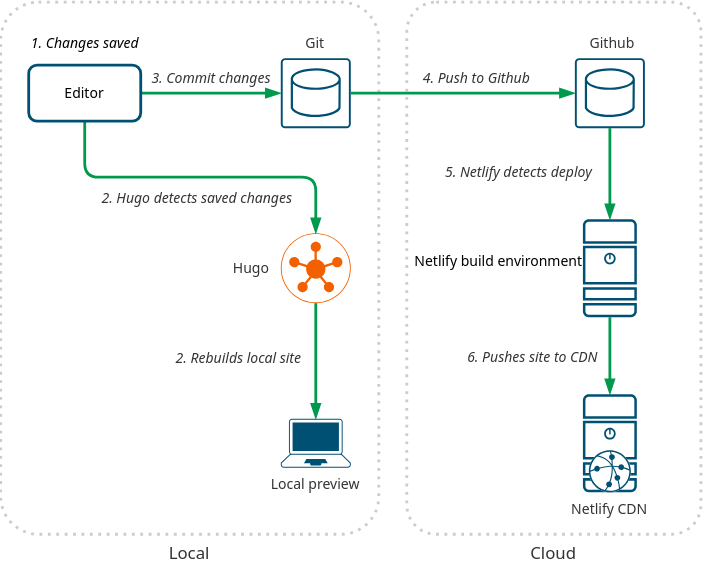
Before: static/images/blog/website-arch-diagram.svg, a diagram exported from draw.io (rodrikw/allthingsdocs-airspace). Source tidied: cells renumbered, new cells last; positions are measured from the earlier drawing's top-left corner, leaving out a move shared by most shapes. The source it was exported from:
```xml
<mxGraphModel>
  <root>
    <mxCell id="0" />
    <mxCell id="1" parent="0" />
    <mxCell id="2" value="Cloud" style="rounded=1;whiteSpace=wrap;html=1;fontFamily=segoe ui;fontSize=12;strokeColor=#CCCCCC;strokeWidth=2;fillColor=none;fontColor=#333333;arcSize=10;dashed=1;dashPattern=1 2;labelPosition=center;verticalLabelPosition=bottom;align=center;verticalAlign=top;" parent="1" vertex="1">
      <mxGeometry x="290" width="210" height="380" as="geometry" />
    </mxCell>
    <mxCell id="3" value="Local" style="rounded=1;whiteSpace=wrap;html=1;fontFamily=segoe ui;fontSize=12;strokeColor=#CCCCCC;strokeWidth=2;fillColor=none;fontColor=#333333;arcSize=10;dashed=1;dashPattern=1 2;labelPosition=center;verticalLabelPosition=bottom;align=center;verticalAlign=top;" parent="1" vertex="1">
      <mxGeometry width="270" height="380" as="geometry" />
    </mxCell>
    <mxCell id="4" value="Local preview" style="points=[[0.13,0.02,0],[0.5,0,0],[0.87,0.02,0],[0.885,0.4,0],[0.985,0.985,0],[0.5,1,0],[0.015,0.985,0],[0.115,0.4,0]];verticalLabelPosition=bottom;sketch=0;verticalAlign=top;align=center;shape=mxgraph.cisco19.laptop;fillColor=#005073;strokeColor=none;fontFamily=segoe ui;fontSize=10;fontColor=#333333;" parent="1" vertex="1">
      <mxGeometry x="200" y="297.5" width="50" height="35" as="geometry" />
    </mxCell>
    <mxCell id="5" value="Hugo" style="sketch=0;points=[[0.5,0,0],[1,0.5,0],[0.5,1,0],[0,0.5,0],[0.145,0.145,0],[0.8555,0.145,0],[0.855,0.8555,0],[0.145,0.855,0]];verticalLabelPosition=middle;verticalAlign=middle;align=right;shape=mxgraph.cisco19.rect;prIcon=vsmart;fillColor=#FFFFFF;strokeColor=#F26000;fontFamily=segoe ui;fontSize=10;fontColor=#333333;labelPosition=left;spacingRight=6;" parent="1" vertex="1">
      <mxGeometry x="200" y="165" width="50" height="50" as="geometry" />
    </mxCell>
    <mxCell id="6" style="group;fontFamily=segoe ui;fontSize=10;labelPosition=left;verticalLabelPosition=top;align=right;verticalAlign=bottom;spacingRight=5;" parent="1" vertex="1">
      <mxGeometry x="415.8" y="155" width="38.5" height="70" as="geometry" />
    </mxCell>
    <mxCell id="7" style="sketch=0;points=[[0.015,0.015,0],[0.985,0.015,0],[0.985,0.985,0],[0.015,0.985,0],[0.25,0,0],[0.5,0,0],[0.75,0,0],[1,0.25,0],[1,0.5,0],[1,0.75,0],[0.75,1,0],[0.5,1,0],[0.25,1,0],[0,0.75,0],[0,0.5,0],[0,0.25,0]];verticalLabelPosition=bottom;verticalAlign=top;align=center;shape=mxgraph.cisco19.server;fillColor=#005073;strokeColor=none;fontFamily=segoe ui;fontSize=10;fontColor=#333333;" parent="6" vertex="1">
      <mxGeometry width="38.5" height="70" as="geometry" />
    </mxCell>
    <mxCell id="8" value="Git" style="sketch=0;points=[[0.015,0.015,0],[0.985,0.015,0],[0.985,0.985,0],[0.015,0.985,0],[0.25,0,0],[0.5,0,0],[0.75,0,0],[1,0.25,0],[1,0.5,0],[1,0.75,0],[0.75,1,0],[0.5,1,0],[0.25,1,0],[0,0.75,0],[0,0.5,0],[0,0.25,0]];verticalLabelPosition=top;verticalAlign=bottom;align=left;shape=mxgraph.cisco19.rect;prIcon=database_relational;fillColor=#FFFFFF;strokeColor=#005073;fontFamily=segoe ui;fontSize=10;fontColor=#333333;labelPosition=right;spacing=4;spacingLeft=-36;" parent="1" vertex="1">
      <mxGeometry x="200" y="40" width="50" height="50" as="geometry" />
    </mxCell>
    <mxCell id="9" style="edgeStyle=orthogonalEdgeStyle;rounded=1;jettySize=auto;fontFamily=segoe ui;fontSize=10;fontColor=#333333;strokeColor=#00994D;strokeWidth=2;endFill=1;endArrow=blockThin;startArrow=none;startFill=0;exitX=0.5;exitY=1;exitDx=0;exitDy=0;entryX=0.5;entryY=0;entryDx=0;entryDy=0;entryPerimeter=0;" parent="1" edge="1" source="16" target="5">
      <mxGeometry x="40" y="-840" as="geometry" />
    </mxCell>
    <mxCell id="10" value="2. Hugo detects saved changes" style="edgeLabel;align=left;verticalAlign=middle;fontSize=10;fontFamily=segoe ui;fontColor=#333333;labelPosition=right;verticalLabelPosition=middle;fontStyle=2;labelBackgroundColor=none;" parent="9" vertex="1">
      <mxGeometry x="-0.27" y="2" relative="1" as="geometry">
        <mxPoint x="-39" y="17" as="offset" />
      </mxGeometry>
    </mxCell>
    <mxCell id="11" style="edgeStyle=orthogonalEdgeStyle;jettySize=auto;fontFamily=segoe ui;fontSize=10;fontColor=#333333;exitX=1;exitY=0.5;exitDx=0;exitDy=0;strokeColor=#00994D;strokeWidth=2;endArrow=blockThin;endFill=1;rounded=1;entryX=0;entryY=0.5;entryDx=0;entryDy=0;entryPerimeter=0;startArrow=none;" parent="1" edge="1" source="16" target="8">
      <mxGeometry x="54" y="-830" as="geometry" />
    </mxCell>
    <mxCell id="12" value="3. Commit changes" style="edgeLabel;align=center;verticalAlign=top;fontSize=10;fontFamily=segoe ui;fontColor=#333333;labelPosition=center;verticalLabelPosition=bottom;spacing=2;spacingTop=2;fontStyle=2;labelBackgroundColor=none;" parent="11" vertex="1">
      <mxGeometry x="0.15" y="2" relative="1" as="geometry">
        <mxPoint x="-7" y="-23" as="offset" />
      </mxGeometry>
    </mxCell>
    <mxCell id="13" style="edgeStyle=orthogonalEdgeStyle;jettySize=auto;fontFamily=segoe ui;fontSize=10;fontColor=#333333;exitX=1;exitY=0.5;exitDx=0;exitDy=0;exitPerimeter=0;strokeColor=#00994D;strokeWidth=2;endArrow=blockThin;endFill=1;rounded=1;entryX=0;entryY=0.5;entryDx=0;entryDy=0;entryPerimeter=0;" parent="1" edge="1" source="8" target="15">
      <mxGeometry x="469.8" y="-675" as="geometry" />
    </mxCell>
    <mxCell id="14" value="4. Push to Github" style="edgeLabel;align=center;verticalAlign=top;fontSize=10;fontFamily=segoe ui;fontColor=#333333;labelPosition=center;verticalLabelPosition=bottom;spacing=2;spacingTop=2;fontStyle=2;" parent="13" vertex="1">
      <mxGeometry x="0.15" y="2" relative="1" as="geometry">
        <mxPoint x="-2" y="-23" as="offset" />
      </mxGeometry>
    </mxCell>
    <mxCell id="15" value="Github" style="sketch=0;points=[[0.015,0.015,0],[0.985,0.015,0],[0.985,0.985,0],[0.015,0.985,0],[0.25,0,0],[0.5,0,0],[0.75,0,0],[1,0.25,0],[1,0.5,0],[1,0.75,0],[0.75,1,0],[0.5,1,0],[0.25,1,0],[0,0.75,0],[0,0.5,0],[0,0.25,0]];verticalLabelPosition=top;verticalAlign=bottom;align=left;shape=mxgraph.cisco19.rect;prIcon=database_relational;fillColor=#FFFFFF;strokeColor=#005073;fontFamily=segoe ui;fontSize=10;fontColor=#333333;labelPosition=right;spacing=4;spacingLeft=-43;direction=east;" parent="1" vertex="1">
      <mxGeometry x="410" y="40" width="50" height="50" as="geometry" />
    </mxCell>
    <mxCell id="16" value="Editor" style="rounded=1;strokeWidth=2;strokeColor=#005073;fontFamily=segoe ui;fontSize=10;labelPosition=center;verticalLabelPosition=middle;align=center;verticalAlign=middle;" parent="1" vertex="1">
      <mxGeometry x="20" y="45" width="80" height="40" as="geometry" />
    </mxCell>
    <mxCell id="17" style="edgeStyle=orthogonalEdgeStyle;jettySize=auto;fontFamily=segoe ui;fontSize=10;fontColor=#333333;exitX=0.5;exitY=1;exitDx=0;exitDy=0;strokeColor=#00994D;strokeWidth=2;endArrow=blockThin;endFill=1;rounded=1;entryX=0.5;entryY=0;entryDx=0;entryDy=0;entryPerimeter=0;startArrow=none;exitPerimeter=0;" parent="1" edge="1" source="5" target="4">
      <mxGeometry x="14" y="-547.5" as="geometry" />
    </mxCell>
    <mxCell id="18" value="2. Rebuilds local site" style="edgeLabel;align=center;verticalAlign=top;fontSize=10;fontFamily=segoe ui;fontColor=#333333;labelPosition=center;verticalLabelPosition=bottom;spacing=2;spacingTop=2;fontStyle=2;labelBackgroundColor=none;" parent="17" vertex="1">
      <mxGeometry x="0.15" y="2" relative="1" as="geometry">
        <mxPoint x="-57" y="-22" as="offset" />
      </mxGeometry>
    </mxCell>
    <mxCell id="19" style="edgeStyle=orthogonalEdgeStyle;jettySize=auto;fontFamily=segoe ui;fontSize=10;fontColor=#333333;exitX=0.5;exitY=1;exitDx=0;exitDy=0;exitPerimeter=0;strokeColor=#00994D;strokeWidth=2;endArrow=blockThin;endFill=1;rounded=1;entryX=0.5;entryY=0;entryDx=0;entryDy=0;entryPerimeter=0;" parent="1" edge="1" source="15" target="7">
      <mxGeometry x="479.8" y="-665" as="geometry" />
    </mxCell>
    <mxCell id="20" value="5. Netlify detects deploy" style="edgeLabel;align=center;verticalAlign=top;fontSize=10;fontFamily=segoe ui;fontColor=#333333;labelPosition=center;verticalLabelPosition=bottom;spacing=2;spacingTop=2;fontStyle=2;" parent="19" vertex="1">
      <mxGeometry x="0.15" y="2" relative="1" as="geometry">
        <mxPoint x="-67" y="-20" as="offset" />
      </mxGeometry>
    </mxCell>
    <mxCell id="21" style="group;fontFamily=segoe ui;fontSize=10;spacingLeft=-4;" parent="1" vertex="1">
      <mxGeometry x="415.8" y="280" width="38.5" height="70" as="geometry" />
    </mxCell>
    <mxCell id="22" value="Netlify CDN" style="sketch=0;points=[[0.015,0.015,0],[0.985,0.015,0],[0.985,0.985,0],[0.015,0.985,0],[0.25,0,0],[0.5,0,0],[0.75,0,0],[1,0.25,0],[1,0.5,0],[1,0.75,0],[0.75,1,0],[0.5,1,0],[0.25,1,0],[0,0.75,0],[0,0.5,0],[0,0.25,0]];verticalLabelPosition=bottom;verticalAlign=top;align=center;shape=mxgraph.cisco19.server;fillColor=#005073;strokeColor=none;fontFamily=segoe ui;fontSize=10;fontColor=#333333;" parent="21" vertex="1">
      <mxGeometry width="38.5" height="70" as="geometry" />
    </mxCell>
    <mxCell id="23" style="group;fontFamily=segoe ui;fontSize=10;" parent="21" vertex="1">
      <mxGeometry x="4.2" y="40" width="30" height="30" as="geometry" />
    </mxCell>
    <mxCell id="24" style="ellipse;fontFamily=segoe ui;fontSize=10;fontColor=#333333;strokeColor=none;" parent="23" vertex="1">
      <mxGeometry width="30" height="30" as="geometry" />
    </mxCell>
    <mxCell id="25" style="sketch=0;verticalLabelPosition=bottom;verticalAlign=top;align=center;shape=mxgraph.cisco19.vts;fillColor=#005073;strokeColor=none;fontFamily=segoe ui;fontSize=10;fontColor=#333333;" parent="23" vertex="1">
      <mxGeometry width="30" height="30" as="geometry" />
    </mxCell>
    <mxCell id="26" style="edgeStyle=orthogonalEdgeStyle;jettySize=auto;fontFamily=segoe ui;fontSize=10;fontColor=#333333;exitX=0.5;exitY=1;exitDx=0;exitDy=0;exitPerimeter=0;strokeColor=#00994D;strokeWidth=2;endArrow=blockThin;endFill=1;rounded=1;entryX=0.5;entryY=0;entryDx=0;entryDy=0;entryPerimeter=0;" parent="1" edge="1" source="7" target="22">
      <mxGeometry x="564.8" y="-345" as="geometry" />
    </mxCell>
    <mxCell id="27" value="6. Pushes site to CDN" style="edgeLabel;align=center;verticalAlign=top;fontSize=10;fontFamily=segoe ui;fontColor=#333333;labelPosition=center;verticalLabelPosition=bottom;spacing=2;spacingTop=2;fontStyle=2;" parent="26" vertex="1">
      <mxGeometry x="0.15" y="2" relative="1" as="geometry">
        <mxPoint x="-57" y="-17" as="offset" />
      </mxGeometry>
    </mxCell>
    <mxCell id="28" value="Netlify build environment" style="text;strokeColor=none;fillColor=none;align=center;verticalAlign=middle;rounded=0;fontFamily=segoe ui;fontSize=10;" parent="1" vertex="1">
      <mxGeometry x="295.8" y="170" width="120" height="30" as="geometry" />
    </mxCell>
    <mxCell id="29" value="1. Changes saved" style="text;strokeColor=none;fillColor=none;align=left;verticalAlign=middle;rounded=0;fontFamily=segoe ui;fontSize=10;fontStyle=2;" parent="1" vertex="1">
      <mxGeometry x="20" y="19" width="130" height="20" as="geometry" />
    </mxCell>
  </root>
</mxGraphModel>
```
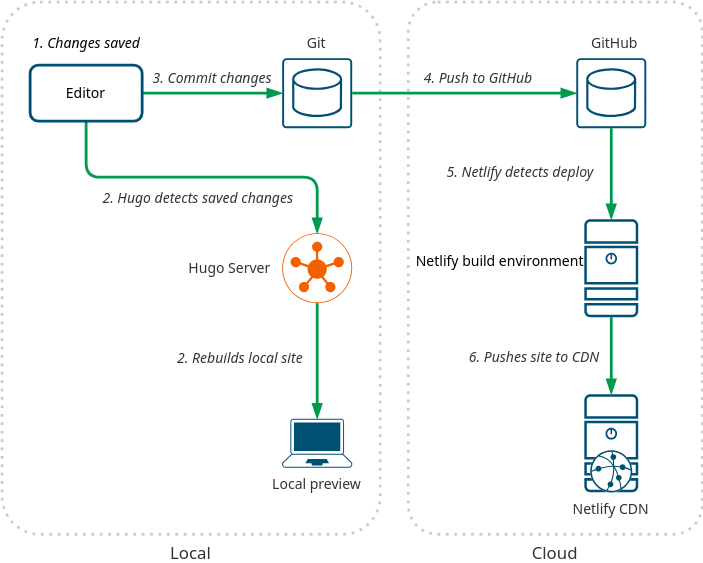
Later version of the same file.

Commit message:
Corrected capitalization.

Diff of the diagram source:
```diff
@@ -11,7 +11,7 @@
     <mxCell id="4" value="Local preview" style="points=[[0.13,0.02,0],[0.5,0,0],[0.87,0.02,0],[0.885,0.4,0],[0.985,0.985,0],[0.5,1,0],[0.015,0.985,0],[0.115,0.4,0]];verticalLabelPosition=bottom;sketch=0;verticalAlign=top;align=center;shape=mxgraph.cisco19.laptop;fillColor=#005073;strokeColor=none;fontFamily=segoe ui;fontSize=10;fontColor=#333333;" parent="1" vertex="1">
       <mxGeometry x="200" y="297.5" width="50" height="35" as="geometry" />
     </mxCell>
-    <mxCell id="5" value="Hugo" style="sketch=0;points=[[0.5,0,0],[1,0.5,0],[0.5,1,0],[0,0.5,0],[0.145,0.145,0],[0.8555,0.145,0],[0.855,0.8555,0],[0.145,0.855,0]];verticalLabelPosition=middle;verticalAlign=middle;align=right;shape=mxgraph.cisco19.rect;prIcon=vsmart;fillColor=#FFFFFF;strokeColor=#F26000;fontFamily=segoe ui;fontSize=10;fontColor=#333333;labelPosition=left;spacingRight=6;" parent="1" vertex="1">
+    <mxCell id="5" value="Hugo Server" style="sketch=0;points=[[0.5,0,0],[1,0.5,0],[0.5,1,0],[0,0.5,0],[0.145,0.145,0],[0.8555,0.145,0],[0.855,0.8555,0],[0.145,0.855,0]];verticalLabelPosition=middle;verticalAlign=middle;align=right;shape=mxgraph.cisco19.rect;prIcon=vsmart;fillColor=#FFFFFF;strokeColor=#F26000;fontFamily=segoe ui;fontSize=10;fontColor=#333333;labelPosition=left;spacingRight=6;" parent="1" vertex="1">
       <mxGeometry x="200" y="165" width="50" height="50" as="geometry" />
     </mxCell>
     <mxCell id="6" style="group;fontFamily=segoe ui;fontSize=10;labelPosition=left;verticalLabelPosition=top;align=right;verticalAlign=bottom;spacingRight=5;" parent="1" vertex="1">
@@ -42,12 +42,12 @@
     <mxCell id="13" style="edgeStyle=orthogonalEdgeStyle;jettySize=auto;fontFamily=segoe ui;fontSize=10;fontColor=#333333;exitX=1;exitY=0.5;exitDx=0;exitDy=0;exitPerimeter=0;strokeColor=#00994D;strokeWidth=2;endArrow=blockThin;endFill=1;rounded=1;entryX=0;entryY=0.5;entryDx=0;entryDy=0;entryPerimeter=0;" parent="1" edge="1" source="8" target="15">
       <mxGeometry x="469.8" y="-675" as="geometry" />
     </mxCell>
-    <mxCell id="14" value="4. Push to Github" style="edgeLabel;align=center;verticalAlign=top;fontSize=10;fontFamily=segoe ui;fontColor=#333333;labelPosition=center;verticalLabelPosition=bottom;spacing=2;spacingTop=2;fontStyle=2;" parent="13" vertex="1">
+    <mxCell id="14" value="4. Push to GitHub" style="edgeLabel;align=center;verticalAlign=top;fontSize=10;fontFamily=segoe ui;fontColor=#333333;labelPosition=center;verticalLabelPosition=bottom;spacing=2;spacingTop=2;fontStyle=2;" parent="13" vertex="1">
       <mxGeometry x="0.15" y="2" relative="1" as="geometry">
         <mxPoint x="-2" y="-23" as="offset" />
       </mxGeometry>
     </mxCell>
-    <mxCell id="15" value="Github" style="sketch=0;points=[[0.015,0.015,0],[0.985,0.015,0],[0.985,0.985,0],[0.015,0.985,0],[0.25,0,0],[0.5,0,0],[0.75,0,0],[1,0.25,0],[1,0.5,0],[1,0.75,0],[0.75,1,0],[0.5,1,0],[0.25,1,0],[0,0.75,0],[0,0.5,0],[0,0.25,0]];verticalLabelPosition=top;verticalAlign=bottom;align=left;shape=mxgraph.cisco19.rect;prIcon=database_relational;fillColor=#FFFFFF;strokeColor=#005073;fontFamily=segoe ui;fontSize=10;fontColor=#333333;labelPosition=right;spacing=4;spacingLeft=-43;direction=east;" parent="1" vertex="1">
+    <mxCell id="15" value="GitHub" style="sketch=0;points=[[0.015,0.015,0],[0.985,0.015,0],[0.985,0.985,0],[0.015,0.985,0],[0.25,0,0],[0.5,0,0],[0.75,0,0],[1,0.25,0],[1,0.5,0],[1,0.75,0],[0.75,1,0],[0.5,1,0],[0.25,1,0],[0,0.75,0],[0,0.5,0],[0,0.25,0]];verticalLabelPosition=top;verticalAlign=bottom;align=left;shape=mxgraph.cisco19.rect;prIcon=database_relational;fillColor=#FFFFFF;strokeColor=#005073;fontFamily=segoe ui;fontSize=10;fontColor=#333333;labelPosition=right;spacing=4;spacingLeft=-43;direction=east;" parent="1" vertex="1">
       <mxGeometry x="410" y="40" width="50" height="50" as="geometry" />
     </mxCell>
     <mxCell id="16" value="Editor" style="rounded=1;strokeWidth=2;strokeColor=#005073;fontFamily=segoe ui;fontSize=10;labelPosition=center;verticalLabelPosition=middle;align=center;verticalAlign=middle;" parent="1" vertex="1">
```
